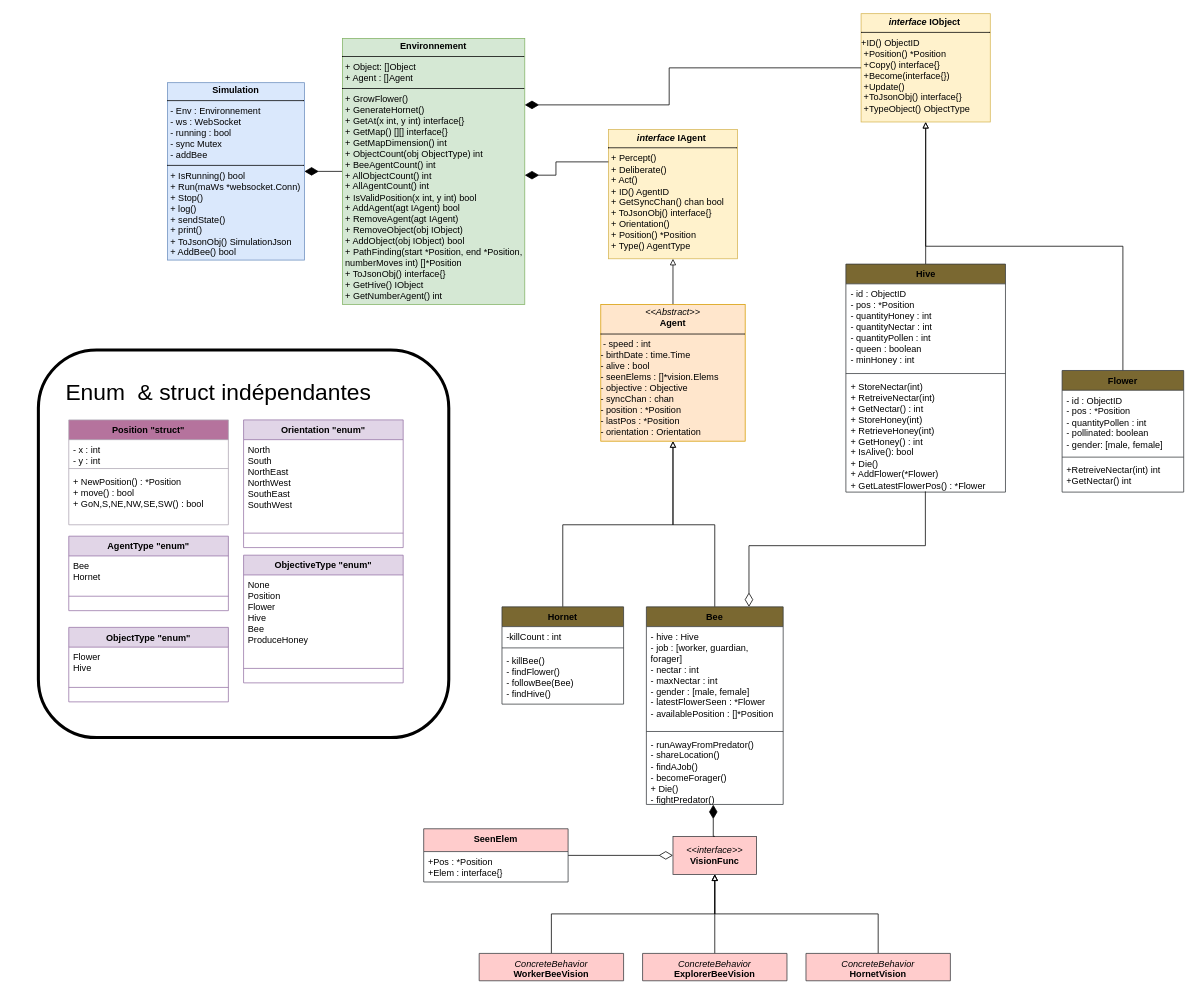
vlkduro/multi-agent-system keeps this draw.io diagram as doc/conception/simu_bees_uml_v3.drawio. Above is the earlier version. Source tidied: cells renumbered, new cells numbered last; positions are measured from the earlier drawing's top-left corner, leaving out a move shared by most shapes. Both pictures are drawn from the tidied source at 76%, with x=0, y=0 at pixel (13, 14).
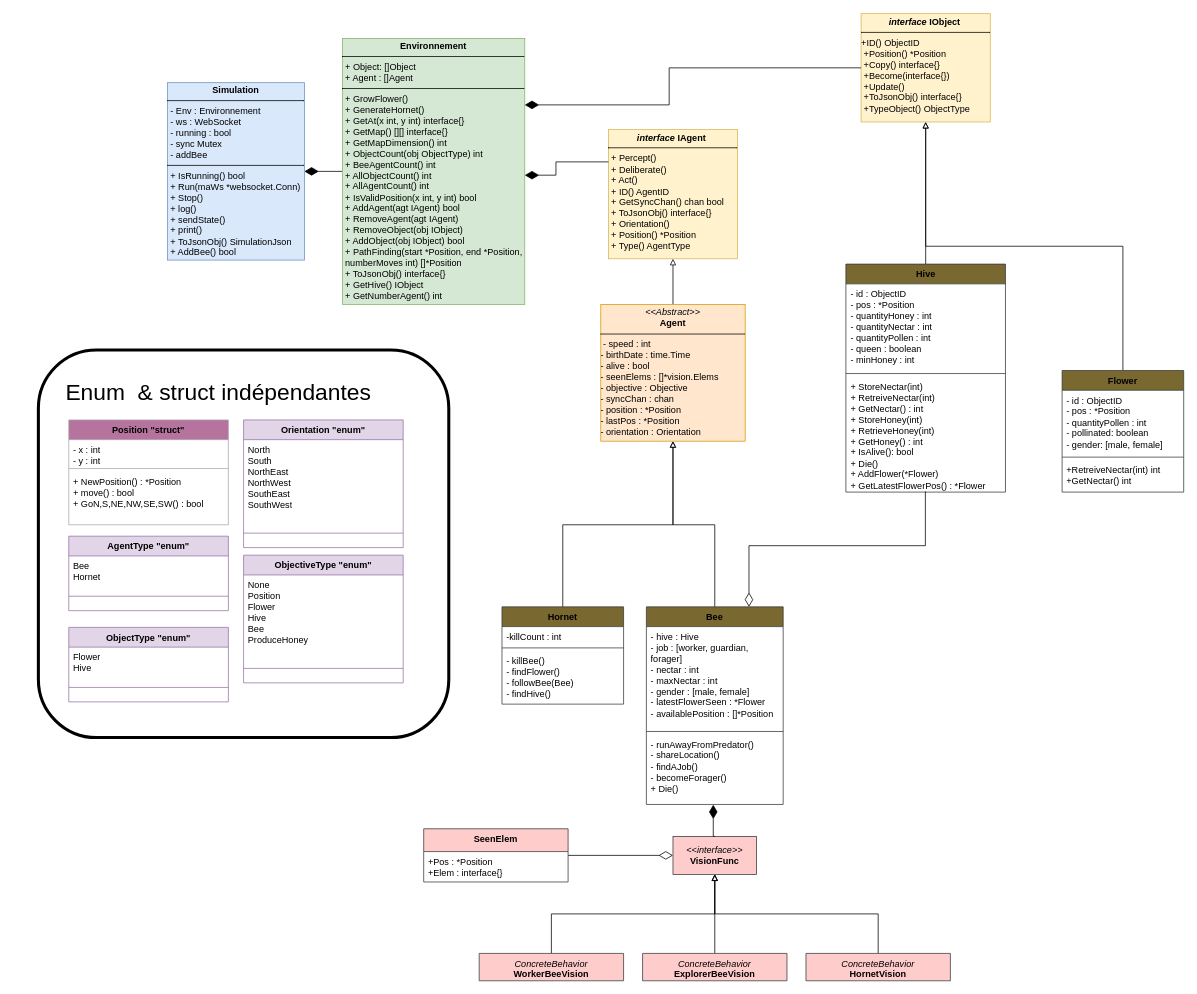
The same page after the edit.

Unchanged cells that the change refers to:
```xml
<mxCell id="33" value="Bee" style="swimlane;fontStyle=1;align=center;verticalAlign=top;horizontal=1;startSize=26;whiteSpace=wrap;html=1;fillColor=#7A6831;strokeColor=#36393d;" parent="1" vertex="1">
  <mxGeometry x="833" y="780" width="180" height="260" as="geometry" />
</mxCell>
```

What changed in the source:
```diff
@@
-    <mxCell id="36" value="&lt;span style=&quot;background-color: initial;&quot;&gt;- runAwayFromPredator()&lt;/span&gt;&lt;br&gt;&lt;div&gt;- shareLocation()&lt;/div&gt;&lt;div&gt;- findAJob()&lt;/div&gt;&lt;div&gt;- becomeForager()&lt;/div&gt;&lt;div&gt;+ Die()&lt;/div&gt;&lt;div&gt;- fightPredator()&lt;/div&gt;" style="text;strokeColor=none;fillColor=none;align=left;verticalAlign=top;spacingLeft=4;spacingRight=4;overflow=hidden;points=[[0,0.5],[1,0.5]];portConstraint=eastwest;whiteSpace=wrap;html=1;" parent="33" vertex="1">
+    <mxCell id="36" value="&lt;span style=&quot;background-color: initial;&quot;&gt;- runAwayFromPredator()&lt;/span&gt;&lt;br&gt;&lt;div&gt;- shareLocation()&lt;/div&gt;&lt;div&gt;- findAJob()&lt;/div&gt;&lt;div&gt;- becomeForager()&lt;/div&gt;&lt;div&gt;+ Die()&lt;/div&gt;" style="text;strokeColor=none;fillColor=none;align=left;verticalAlign=top;spacingLeft=4;spacingRight=4;overflow=hidden;points=[[0,0.5],[1,0.5]];portConstraint=eastwest;whiteSpace=wrap;html=1;" parent="33" vertex="1">
       <mxGeometry y="168" width="180" height="92" as="geometry" />
     </mxCell>
```
